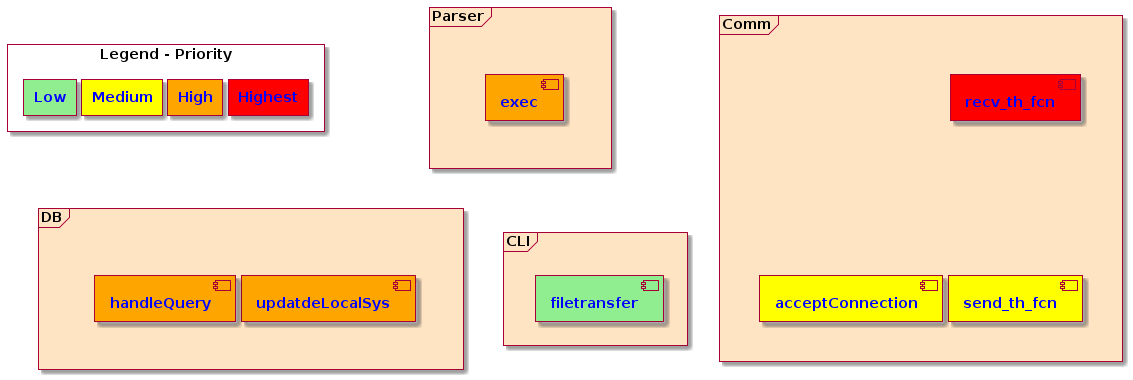
Above: Proj/report/img/thread-spec-rs.png in ElectroQuanta/MDO (PlantUML), before the change. Source of this version:
```plantuml
@startuml
skinparam fixCircleLabelOverlapping true
skinparam nodesep 5
skinparam ranksep 5
skinparam padding 0.1

<style>
   component {
       FontColor Blue
       FontStyle bold
   }
   rectangle {
       FontColor Blue
       FontStyle bold
   }
</style>

!$highest = red
!$high = "#orange"
!$medium = "#yellow"
!$low = "#lightgreen"

frame "DB" as DB #bisque{
    together {
    [updatdeLocalSys] as ULS $high
    [handleQuery] as HQU $high
  }
  }
  frame "Comm" as LCM #bisque{
  together {
    [recv_th_fcn] as RCL #$highest
  }
  together {
  [send_th_fcn] as SCL $medium
  [acceptConnection] as ACC $medium
  }
  }
  frame "CLI" as CLI #bisque{
  [filetransfer] $low
  }
  frame "Parser" as PAR #bisque{
  together {
  [exec] as CLE $high
  }
  }

  rectangle "Legend - Priority" as PRIO{
  rectangle "Highest" as P0 #$highest
  rectangle "High" as P1 $high
  rectangle "Medium" as P2 $medium
  rectangle "Low" as P3 $low
  }

 PAR-[hidden]d-DB
 PAR-[hidden]d-CLI
 RCL-[hidden]d-SCL
 P0-[hidden]l-P1
 P1-[hidden]l-P2
 P2-[hidden]l-P3

@enduml
```
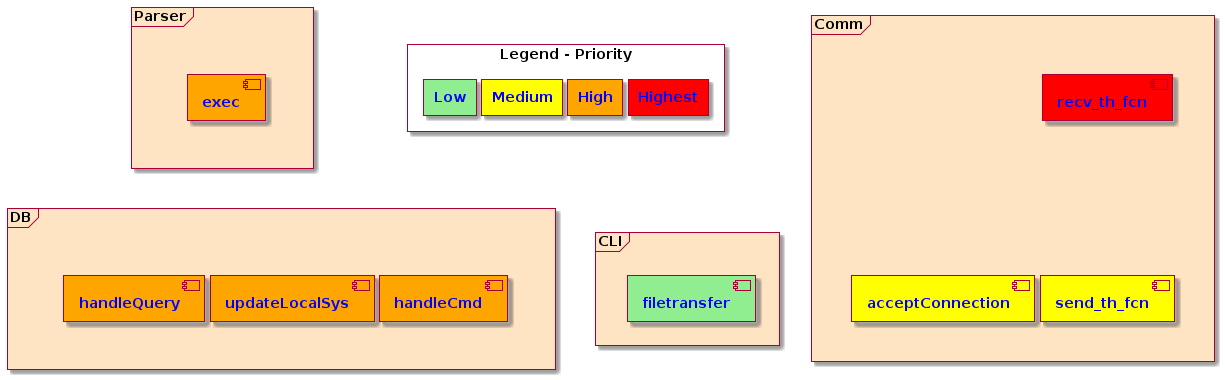
After the change.

The edit, as a diff of the source:
```diff
@@ -22,8 +22,9 @@
 
 frame "DB" as DB #bisque{
     together {
-    [updatdeLocalSys] as ULS $high
+    [updateLocalSys] as ULS $high
     [handleQuery] as HQU $high
+    [handleCmd] as HCMD $high
   }
   }
   frame "Comm" as LCM #bisque{
@@ -51,6 +52,7 @@
   rectangle "Low" as P3 $low
   }
 
+ HCMD-[hidden]l-ULS
  PAR-[hidden]d-DB
  PAR-[hidden]d-CLI
  RCL-[hidden]d-SCL
```
